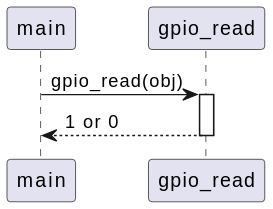
Before: ai-design/sequence/gpio_read.svg, a diagram exported from PlantUML (Bhagyani08/test_project).
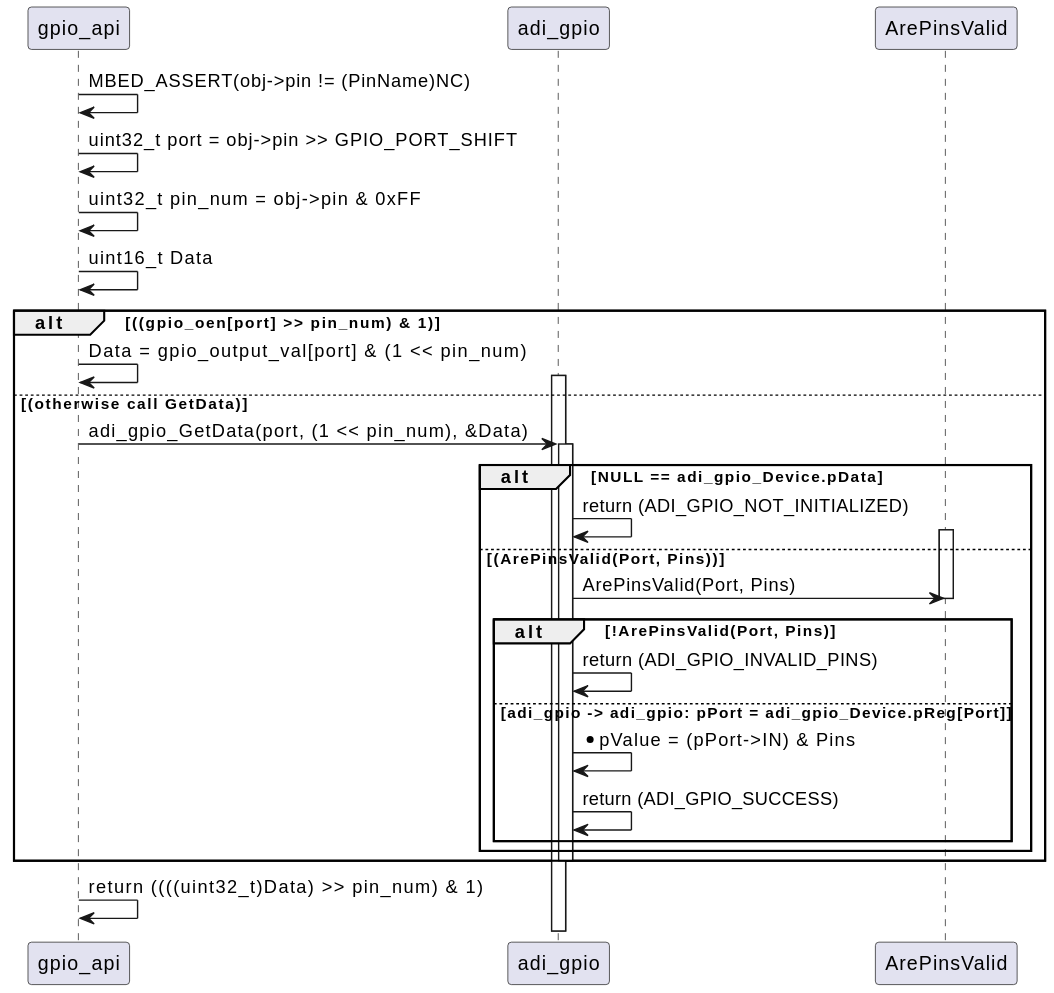
Later version of the same file.

Commit message:
Auto-update AI design diagrams

Change to the diagram source:
```diff
@@ -1,8 +1,32 @@
 @startuml
-participant main
+participant gpio_api
+participant adi_gpio
 
-main -> gpio_read : gpio_read(obj)
-activate gpio_read
-gpio_read --> main : 1 or 0
-deactivate gpio_read
+gpio_api -> gpio_api: MBED_ASSERT(obj->pin != (PinName)NC)
+gpio_api -> gpio_api: uint32_t port = obj->pin >> GPIO_PORT_SHIFT
+gpio_api -> gpio_api: uint32_t pin_num = obj->pin & 0xFF
+gpio_api -> gpio_api: uint16_t Data
+alt ((gpio_oen[port] >> pin_num) & 1)
+    gpio_api -> gpio_api: Data = gpio_output_val[port] & (1 << pin_num)
+else (otherwise call GetData)
+    activate adi_gpio
+    gpio_api -> adi_gpio: adi_gpio_GetData(port, (1 << pin_num), &Data)
+    activate adi_gpio
+alt NULL == adi_gpio_Device.pData
+        adi_gpio -> adi_gpio: return (ADI_GPIO_NOT_INITIALIZED)
+else (ArePinsValid(Port, Pins))
+        activate ArePinsValid
+        adi_gpio -> ArePinsValid: ArePinsValid(Port, Pins)
+        deactivate ArePinsValid
+alt !ArePinsValid(Port, Pins)
+            adi_gpio -> adi_gpio: return (ADI_GPIO_INVALID_PINS)
+else adi_gpio -> adi_gpio: pPort = adi_gpio_Device.pReg[Port]
+            adi_gpio -> adi_gpio: *pValue = (pPort->IN) & Pins
+            adi_gpio -> adi_gpio: return (ADI_GPIO_SUCCESS)
+        end
+    end
+    deactivate adi_gpio
+end
+
+gpio_api -> gpio_api: return ((((uint32_t)Data) >> pin_num) & 1)
 @enduml
```
